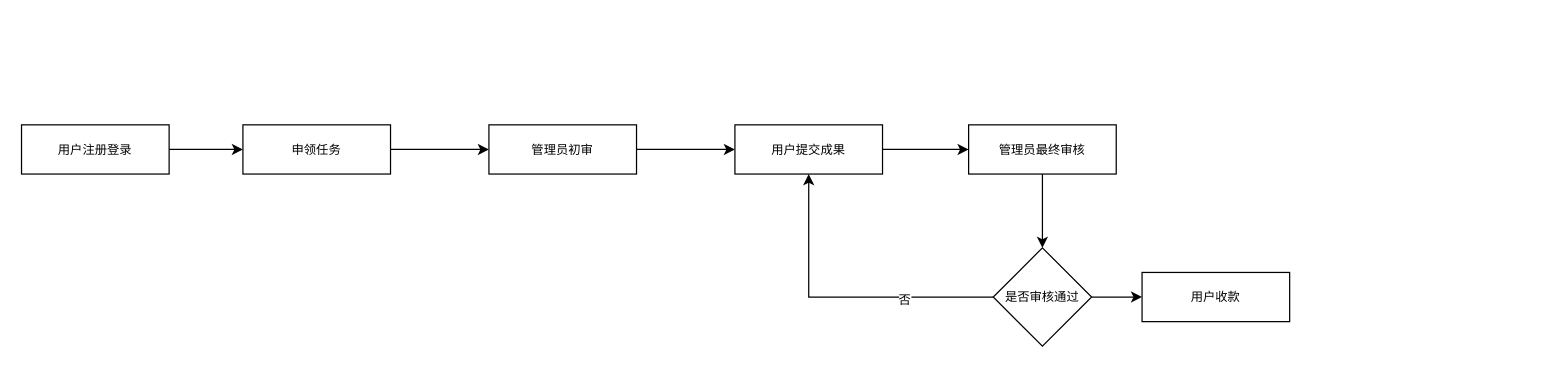
Before: task4.drawio in ouyangxiong-bit/deer-flow, a draw.io diagram. Source tidied: cells renumbered, new cells numbered last; positions are measured from the earlier drawing's top-left corner, leaving out a move shared by most shapes. Both pictures are drawn from the tidied source at 123%, with x=0, y=0 at pixel (21, 124).
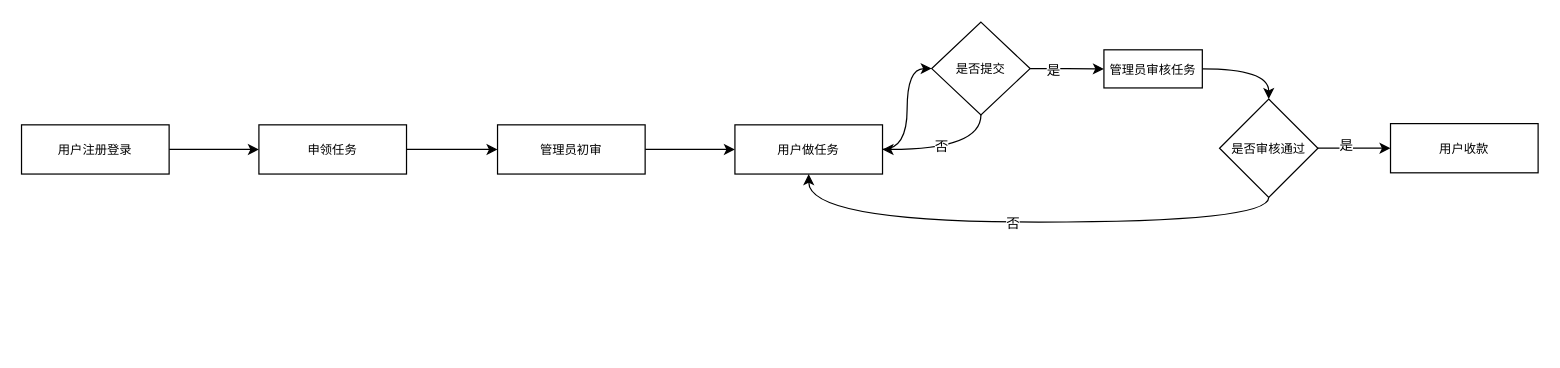
The same diagram, later.

Diff of the diagram source:
```diff
@@
     <mxCell id="5" value="申领任务" style="rounded=0;whiteSpace=wrap;html=1;fontSize=10;" parent="1" vertex="1">
-      <mxGeometry x="180" width="120" height="40" as="geometry" />
+      <mxGeometry x="193" width="120" height="40" as="geometry" />
     </mxCell>
@@
     <mxCell id="7" value="管理员初审" style="rounded=0;whiteSpace=wrap;html=1;fontSize=10;" parent="1" vertex="1">
-      <mxGeometry x="380" width="120" height="40" as="geometry" />
+      <mxGeometry x="387" width="120" height="40" as="geometry" />
     </mxCell>
-    <mxCell id="8" style="edgeStyle=orthogonalEdgeStyle;rounded=0;jettySize=auto;html=1;fontSize=10;" parent="1" edge="1" source="9" target="11">
-      <mxGeometry relative="1" as="geometry" />
-    </mxCell>
+    <mxCell id="17" style="edgeStyle=orthogonalEdgeStyle;rounded=0;jettySize=auto;html=1;entryX=0;entryY=0.5;entryDx=0;entryDy=0;curved=1;" parent="1" edge="1" source="9" target="24">
+      <mxGeometry relative="1" as="geometry" />
+    </mxCell>
-    <mxCell id="9" value="用户提交成果" style="rounded=0;whiteSpace=wrap;html=1;fontSize=10;" parent="1" vertex="1">
+    <mxCell id="9" value="用户做任务" style="rounded=0;whiteSpace=wrap;html=1;fontSize=10;" parent="1" vertex="1">
       <mxGeometry x="580" width="120" height="40" as="geometry" />
     </mxCell>
-    <mxCell id="10" style="edgeStyle=orthogonalEdgeStyle;rounded=0;jettySize=auto;html=1;fontSize=10;" parent="1" edge="1" source="11" target="15">
+    <mxCell id="10" style="edgeStyle=orthogonalEdgeStyle;rounded=0;jettySize=auto;html=1;fontSize=10;curved=1;" parent="1" edge="1" source="11" target="15">
       <mxGeometry relative="1" as="geometry" />
     </mxCell>
-    <mxCell id="11" value="管理员最终审核" style="rounded=0;whiteSpace=wrap;html=1;fontSize=10;" parent="1" vertex="1">
-      <mxGeometry x="770" width="120" height="40" as="geometry" />
+    <mxCell id="11" value="管理员审核任务" style="rounded=0;whiteSpace=wrap;html=1;fontSize=10;" parent="1" vertex="1">
+      <mxGeometry x="880" y="-61" width="80" height="31" as="geometry" />
     </mxCell>
+    <mxCell id="14" style="edgeStyle=orthogonalEdgeStyle;rounded=0;jettySize=auto;html=1;fontSize=10;" parent="1" edge="1" source="15" target="16">
+      <mxGeometry relative="1" as="geometry" />
+    </mxCell>
+    <mxCell id="18" value="是" style="edgeLabel;html=1;align=center;verticalAlign=middle;" parent="14" vertex="1">
+      <mxGeometry x="-0.26" y="3" relative="1" as="geometry" />
+    </mxCell>
-    <mxCell id="12" style="edgeStyle=orthogonalEdgeStyle;rounded=0;jettySize=auto;html=1;entryX=0.5;entryY=1;entryDx=0;entryDy=0;fontSize=10;" parent="1" edge="1" source="15" target="9">
+    <mxCell id="12" style="edgeStyle=orthogonalEdgeStyle;rounded=0;jettySize=auto;html=1;exitX=0.5;exitY=1;exitDx=0;exitDy=0;entryX=0.5;entryY=1;entryDx=0;entryDy=0;curved=1;" parent="1" edge="1" source="15" target="9">
       <mxGeometry relative="1" as="geometry" />
     </mxCell>
-    <mxCell id="13" value="否" style="edgeLabel;html=1;align=center;verticalAlign=middle;fontSize=10;" parent="12" vertex="1">
-      <mxGeometry x="-0.42" y="1" relative="1" as="geometry" />
-    </mxCell>
-    <mxCell id="14" style="edgeStyle=orthogonalEdgeStyle;rounded=0;jettySize=auto;html=1;fontSize=10;" parent="1" edge="1" source="15" target="16">
-      <mxGeometry relative="1" as="geometry" />
-    </mxCell>
+    <mxCell id="19" value="否" style="edgeLabel;html=1;align=center;verticalAlign=middle;" parent="12" vertex="1">
+      <mxGeometry x="0.06" relative="1" as="geometry" />
+    </mxCell>
     <mxCell id="15" value="是否审核通过" style="rhombus;whiteSpace=wrap;html=1;fontSize=10;" parent="1" vertex="1">
-      <mxGeometry x="790" y="100" width="80" height="80" as="geometry" />
+      <mxGeometry x="974" y="-21" width="80" height="80" as="geometry" />
     </mxCell>
     <mxCell id="16" value="用户收款" style="rounded=0;whiteSpace=wrap;html=1;fontSize=10;" parent="1" vertex="1">
-      <mxGeometry x="911" y="120" width="120" height="40" as="geometry" />
+      <mxGeometry x="1113" y="-1" width="120" height="40" as="geometry" />
     </mxCell>
+    <mxCell id="20" style="edgeStyle=orthogonalEdgeStyle;rounded=0;jettySize=auto;html=1;exitX=0.5;exitY=1;exitDx=0;exitDy=0;entryX=1;entryY=0.5;entryDx=0;entryDy=0;curved=1;" parent="1" edge="1" source="24" target="9">
+      <mxGeometry relative="1" as="geometry" />
+    </mxCell>
+    <mxCell id="21" value="否" style="edgeLabel;html=1;align=center;verticalAlign=middle;" parent="20" vertex="1">
+      <mxGeometry x="0.13" y="-3" relative="1" as="geometry" />
+    </mxCell>
+    <mxCell id="22" style="edgeStyle=orthogonalEdgeStyle;rounded=0;jettySize=auto;html=1;exitX=1;exitY=0.5;exitDx=0;exitDy=0;entryX=0;entryY=0.5;entryDx=0;entryDy=0;" parent="1" edge="1" source="24" target="11">
+      <mxGeometry relative="1" as="geometry" />
+    </mxCell>
+    <mxCell id="23" value="是" style="edgeLabel;html=1;align=center;verticalAlign=middle;" parent="22" vertex="1">
+      <mxGeometry x="-0.36" y="-1" relative="1" as="geometry" />
+    </mxCell>
+    <mxCell id="24" value="是否提交" style="rhombus;whiteSpace=wrap;html=1;fontSize=10;" parent="1" vertex="1">
+      <mxGeometry x="740" y="-83.5" width="80" height="75.5" as="geometry" />
+    </mxCell>
```
